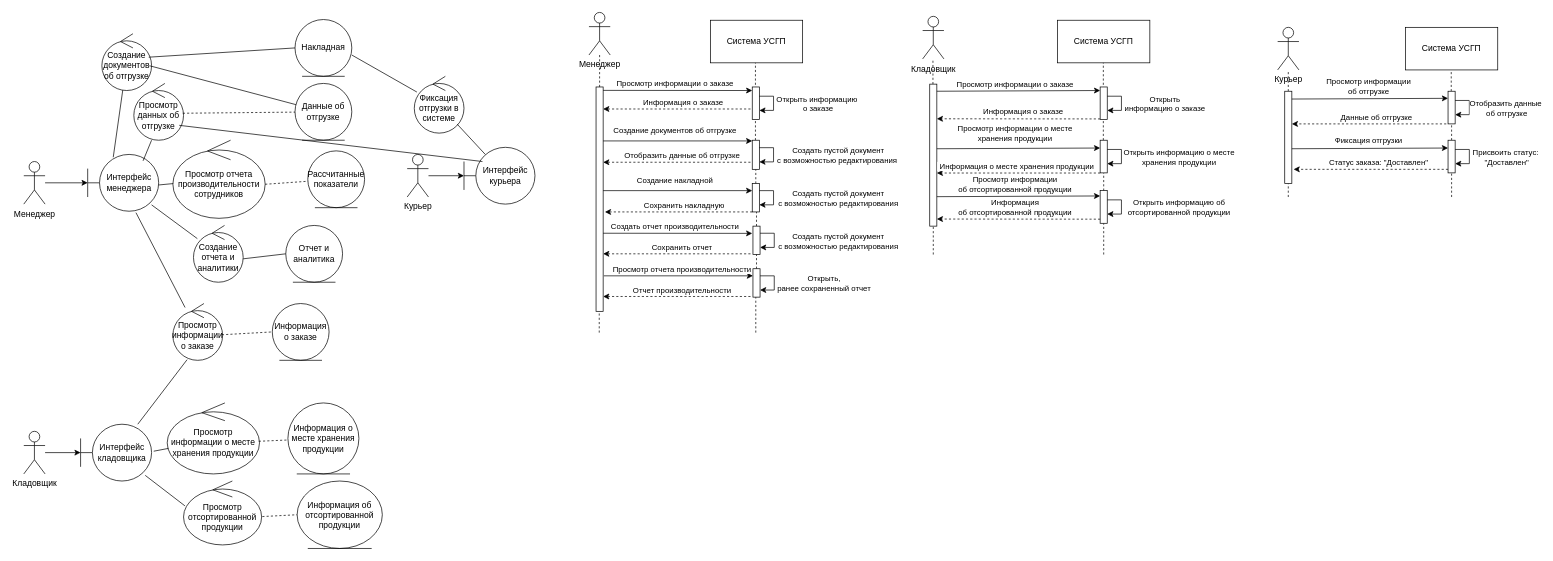
mopsin666/AKMS keeps this draw.io diagram as ОРТПС_4.drawio. Above is the earlier version. Source tidied: cells renumbered, new cells numbered last; positions are measured from the earlier drawing's top-left corner, leaving out a move shared by most shapes. Both pictures are drawn from the tidied source at 71%, with x=0, y=0 at pixel (23, 12).
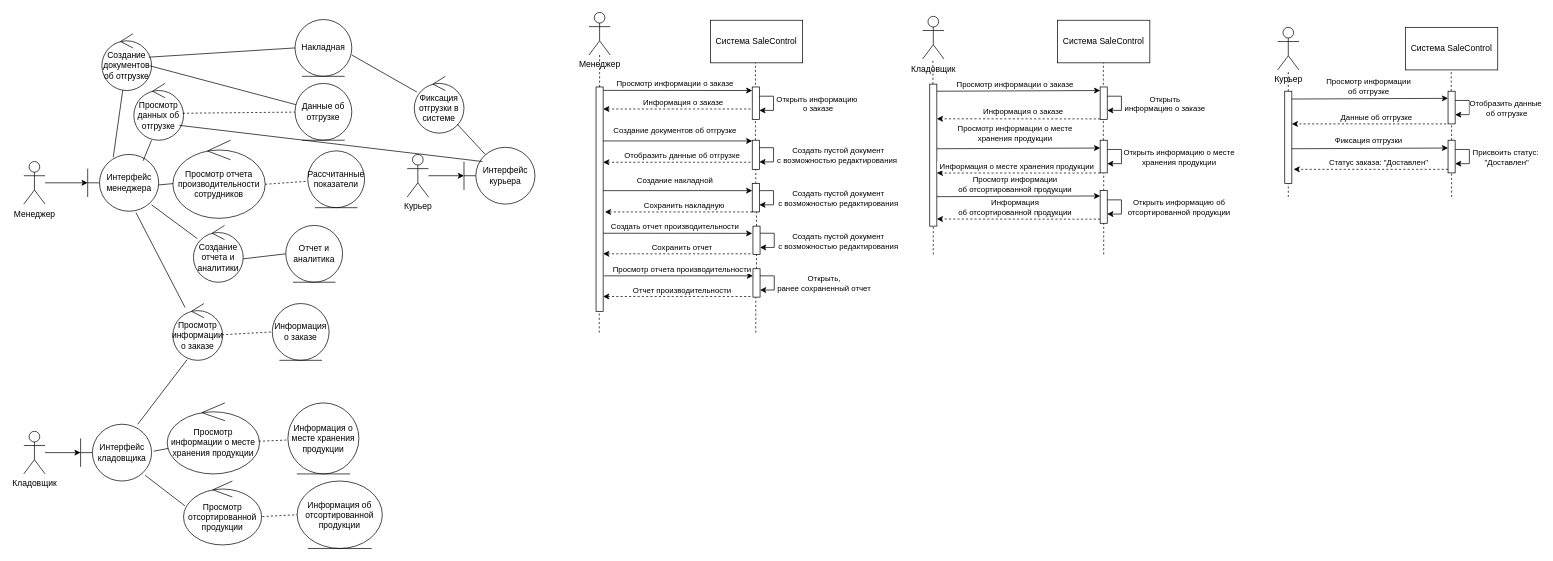
The same page after the edit.

Change to the diagram source:
```diff
@@
-    <mxCell id="61" value="Система УСГП" style="rounded=0;whiteSpace=wrap;html=1;" parent="1" vertex="1">
+    <mxCell id="61" value="Система SaleControl" style="rounded=0;whiteSpace=wrap;html=1;" parent="1" vertex="1">
       <mxGeometry x="967" y="11" width="130" height="60" as="geometry" />
     </mxCell>
@@
-    <mxCell id="89" value="Система УСГП" style="rounded=0;whiteSpace=wrap;html=1;" parent="1" vertex="1">
+    <mxCell id="89" value="Система SaleControl" style="rounded=0;whiteSpace=wrap;html=1;" parent="1" vertex="1">
       <mxGeometry x="1456" y="11" width="130" height="60" as="geometry" />
     </mxCell>
@@
-    <mxCell id="120" value="Система УСГП" style="rounded=0;whiteSpace=wrap;html=1;" parent="1" vertex="1">
+    <mxCell id="120" value="Система SaleControl" style="rounded=0;whiteSpace=wrap;html=1;" parent="1" vertex="1">
       <mxGeometry x="1946" y="21" width="130" height="60" as="geometry" />
     </mxCell>
```
